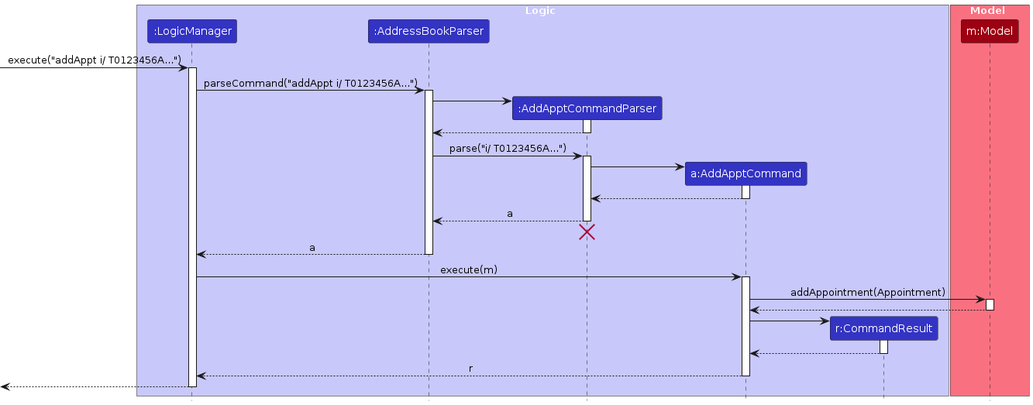
Above: diagrams/AddApptSequenceDiagram.png in AY2324S2-CS2103T-F10-3/tp (PlantUML), before the change. Its source is kept beside it as diagrams/AddApptSequenceDiagram.puml. Source of this version:
```plantuml
@startuml
!include style.puml
skinparam ArrowFontStyle plain

box Logic LOGIC_COLOR_T1
participant ":LogicManager" as LogicManager LOGIC_COLOR
participant ":AddressBookParser" as AddressBookParser LOGIC_COLOR
participant ":AddApptCommandParser" as AddApptCommandParser LOGIC_COLOR
participant "a:AddApptCommand" as AddApptCommand LOGIC_COLOR
participant "r:CommandResult" as CommandResult LOGIC_COLOR
end box

box Model MODEL_COLOR_T1
participant "m:Model" as Model MODEL_COLOR
end box

[-> LogicManager : execute("addAppt i/ T0123456A...")
activate LogicManager

LogicManager -> AddressBookParser : parseCommand("addAppt i/ T0123456A...")
activate AddressBookParser

create AddApptCommandParser
AddressBookParser -> AddApptCommandParser
activate AddApptCommandParser

AddApptCommandParser --> AddressBookParser
deactivate AddApptCommandParser

AddressBookParser -> AddApptCommandParser : parse("i/ T0123456A...")
activate AddApptCommandParser

create AddApptCommand
AddApptCommandParser -> AddApptCommand
activate AddApptCommand

AddApptCommand --> AddApptCommandParser :
deactivate AddApptCommand

AddApptCommandParser --> AddressBookParser : a
deactivate AddApptCommandParser
AddApptCommandParser -[hidden]-> AddressBookParser
destroy AddApptCommandParser

AddressBookParser --> LogicManager : a
deactivate AddressBookParser

LogicManager -> AddApptCommand : execute(m)
activate AddApptCommand


AddApptCommand -> Model : addAppointment(Appointment)
activate Model
Model --> AddApptCommand
deactivate Model

create CommandResult
AddApptCommand -> CommandResult
activate CommandResult

CommandResult --> AddApptCommand
deactivate CommandResult

AddApptCommand --> LogicManager : r
deactivate AddApptCommand

[<--LogicManager
deactivate LogicManager
@enduml
```
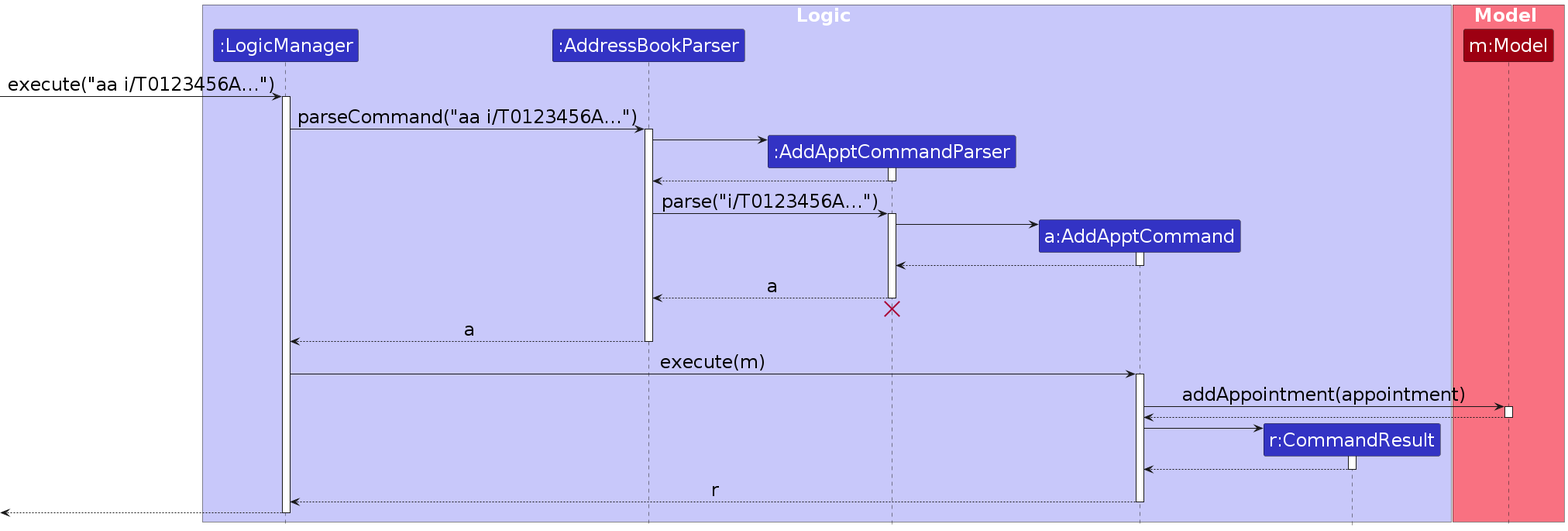
Later version of the same file.

Change to the diagram source:
```diff
@@ -1,6 +1,7 @@
 @startuml
 !include style.puml
 skinparam ArrowFontStyle plain
+skinparam defaultFontSize 24
 
 box Logic LOGIC_COLOR_T1
 participant ":LogicManager" as LogicManager LOGIC_COLOR
@@ -14,10 +15,10 @@
 participant "m:Model" as Model MODEL_COLOR
 end box
 
-[-> LogicManager : execute("addAppt i/ T0123456A...")
+[-> LogicManager : execute("aa i/T0123456A...")
 activate LogicManager
 
-LogicManager -> AddressBookParser : parseCommand("addAppt i/ T0123456A...")
+LogicManager -> AddressBookParser : parseCommand("aa i/T0123456A...")
 activate AddressBookParser
 
 create AddApptCommandParser
@@ -27,7 +28,7 @@
 AddApptCommandParser --> AddressBookParser
 deactivate AddApptCommandParser
 
-AddressBookParser -> AddApptCommandParser : parse("i/ T0123456A...")
+AddressBookParser -> AddApptCommandParser : parse("i/T0123456A...")
 activate AddApptCommandParser
 
 create AddApptCommand
@@ -49,7 +50,7 @@
 activate AddApptCommand
 
 
-AddApptCommand -> Model : addAppointment(Appointment)
+AddApptCommand -> Model : addAppointment(appointment)
 activate Model
 Model --> AddApptCommand
 deactivate Model
```
